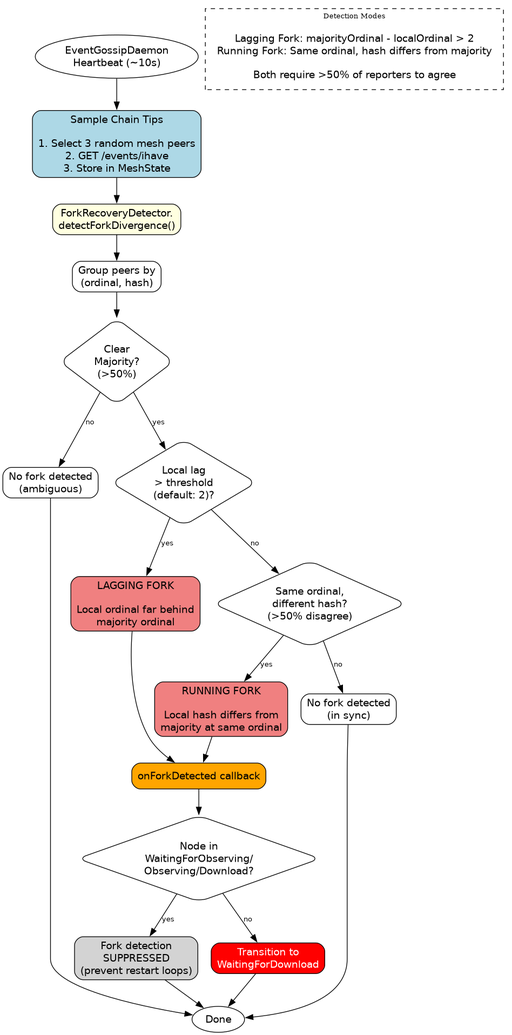
This is docs/consensus/diagrams/fork-detection.png from Constellation-Labs/tessellation, a Graphviz export, as it was before one commit. Its source is kept beside it as docs/consensus/diagrams/fork-detection.dot. The source it was exported from:
```dot

digraph ForkDetection {
    rankdir=TB;
    node [shape=box, style=rounded, fontname="Helvetica"];
    edge [fontname="Helvetica", fontsize=10];

    Heartbeat [shape=ellipse, label="EventGossipDaemon\nHeartbeat (~10s)"];

    Sample [label="Sample Chain Tips\n\n1. Select 3 random mesh peers\n2. GET /events/ihave\n3. Store in MeshState", style="rounded,filled", fillcolor="lightblue"];

    Heartbeat -> Sample;

    Detect [label="ForkRecoveryDetector.\ndetectForkDivergence()", style="rounded,filled", fillcolor="lightyellow"];

    Sample -> Detect;

    Group [label="Group peers by\n(ordinal, hash)"];

    Detect -> Group;

    MajorityCheck [shape=diamond, label="Clear\nMajority?\n(>50%)"];

    Group -> MajorityCheck;
    MajorityCheck -> NoFork [label="no"];
    NoFork [label="No fork detected\n(ambiguous)"];
    NoFork -> Done;

    MajorityCheck -> CheckLag [label="yes"];

    CheckLag [shape=diamond, label="Local lag\n> threshold\n(default: 2)?"];

    CheckLag -> LaggingFork [label="yes"];
    LaggingFork [label="LAGGING FORK\n\nLocal ordinal far behind\nmajority ordinal", style="rounded,filled", fillcolor="lightcoral"];
    LaggingFork -> TriggerRecovery;

    CheckLag -> CheckHash [label="no"];

    CheckHash [shape=diamond, label="Same ordinal,\ndifferent hash?\n(>50% disagree)"];

    CheckHash -> RunningFork [label="yes"];
    RunningFork [label="RUNNING FORK\n\nLocal hash differs from\nmajority at same ordinal", style="rounded,filled", fillcolor="lightcoral"];
    RunningFork -> TriggerRecovery;

    CheckHash -> NoFork2 [label="no"];
    NoFork2 [label="No fork detected\n(in sync)"];
    NoFork2 -> Done;

    TriggerRecovery [label="onForkDetected callback", style="rounded,filled", fillcolor="orange"];

    StateGuard [shape=diamond, label="Node in\nObserving/WaitingForObserving/\nDownloadInProgress/WaitingForDownload?"];

    TriggerRecovery -> StateGuard;
    StateGuard -> Suppressed [label="yes"];
    Suppressed [label="Fork detection\nSUPPRESSED\n(prevent restart loops)", style="rounded,filled", fillcolor="lightgray"];
    Suppressed -> Done;

    StateGuard -> WaitForDownload [label="no"];
    WaitForDownload [label="Transition to\nWaitingForDownload", style="rounded,filled", fillcolor="red", fontcolor="white"];
    WaitForDownload -> Done;

    Done [shape=ellipse, label="Done"];

    subgraph cluster_modes {
        label="Detection Modes";
        style=dashed;
        fontsize=10;

        ModesNote [shape=plaintext, label="Lagging Fork: majorityOrdinal - localOrdinal > 2\nRunning Fork: Same ordinal, hash differs from majority\n\nBoth require >50% of reporters to agree"];
    }
}
```
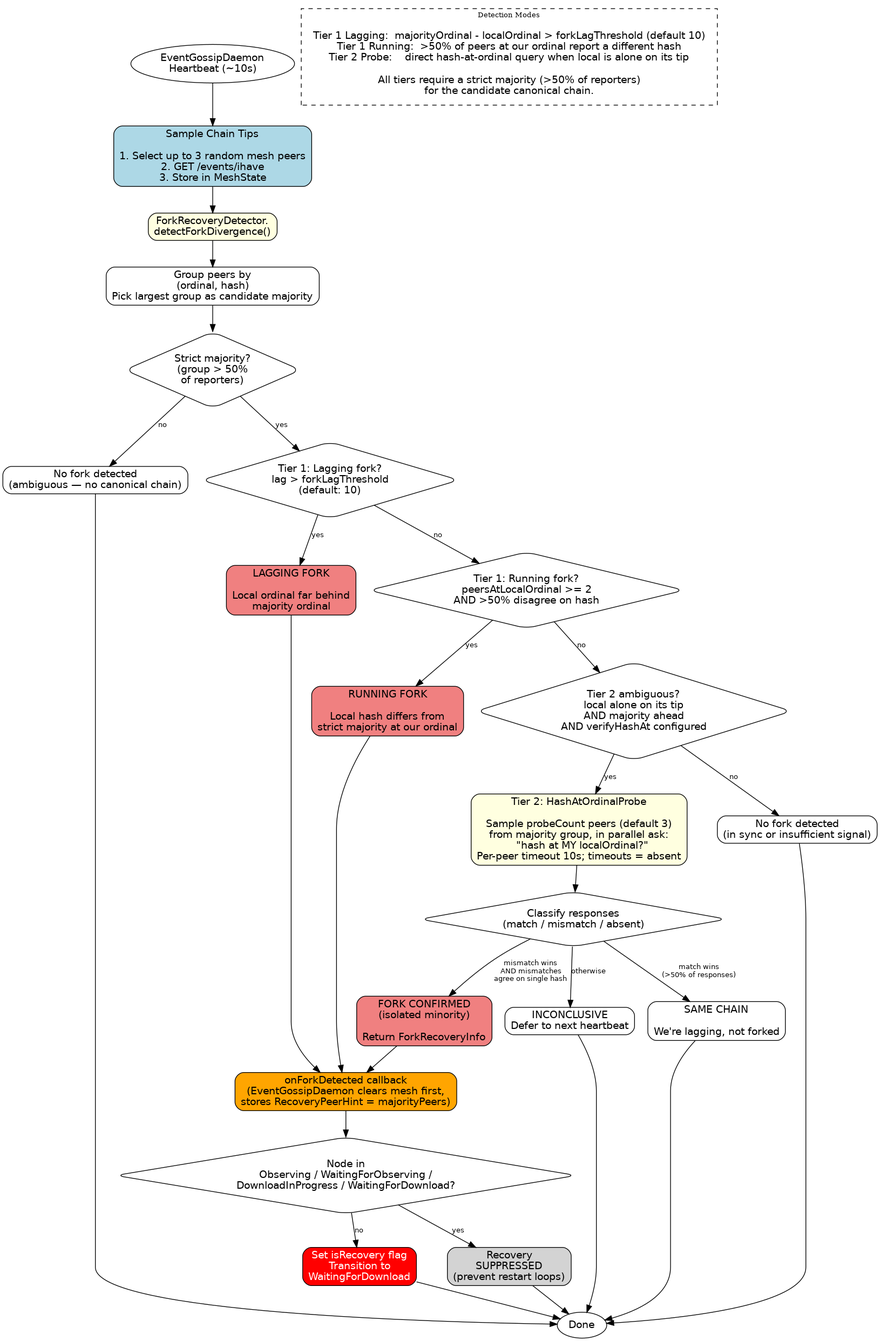
After the change.

What changed in the source:
```diff
@@ -6,7 +6,7 @@
 
     Heartbeat [shape=ellipse, label="EventGossipDaemon\nHeartbeat (~10s)"];
 
-    Sample [label="Sample Chain Tips\n\n1. Select 3 random mesh peers\n2. GET /events/ihave\n3. Store in MeshState", style="rounded,filled", fillcolor="lightblue"];
+    Sample [label="Sample Chain Tips\n\n1. Select up to 3 random mesh peers\n2. GET /events/ihave\n3. Store in MeshState", style="rounded,filled", fillcolor="lightblue"];
 
     Heartbeat -> Sample;
 
@@ -14,20 +14,20 @@
 
     Sample -> Detect;
 
-    Group [label="Group peers by\n(ordinal, hash)"];
+    Group [label="Group peers by\n(ordinal, hash)\nPick largest group as candidate majority"];
 
     Detect -> Group;
 
-    MajorityCheck [shape=diamond, label="Clear\nMajority?\n(>50%)"];
+    MajorityCheck [shape=diamond, label="Strict majority?\n(group > 50%\nof reporters)"];
 
     Group -> MajorityCheck;
     MajorityCheck -> NoFork [label="no"];
-    NoFork [label="No fork detected\n(ambiguous)"];
+    NoFork [label="No fork detected\n(ambiguous — no canonical chain)"];
     NoFork -> Done;
 
     MajorityCheck -> CheckLag [label="yes"];
 
-    CheckLag [shape=diamond, label="Local lag\n> threshold\n(default: 2)?"];
+    CheckLag [shape=diamond, label="Tier 1: Lagging fork?\nlag > forkLagThreshold\n(default: 10)"];
 
     CheckLag -> LaggingFork [label="yes"];
     LaggingFork [label="LAGGING FORK\n\nLocal ordinal far behind\nmajority ordinal", style="rounded,filled", fillcolor="lightcoral"];
@@ -35,27 +35,51 @@
 
     CheckLag -> CheckHash [label="no"];
 
-    CheckHash [shape=diamond, label="Same ordinal,\ndifferent hash?\n(>50% disagree)"];
+    CheckHash [shape=diamond, label="Tier 1: Running fork?\npeersAtLocalOrdinal >= 2\nAND >50% disagree on hash"];
 
     CheckHash -> RunningFork [label="yes"];
-    RunningFork [label="RUNNING FORK\n\nLocal hash differs from\nmajority at same ordinal", style="rounded,filled", fillcolor="lightcoral"];
+    RunningFork [label="RUNNING FORK\n\nLocal hash differs from\nstrict majority at our ordinal", style="rounded,filled", fillcolor="lightcoral"];
     RunningFork -> TriggerRecovery;
 
-    CheckHash -> NoFork2 [label="no"];
-    NoFork2 [label="No fork detected\n(in sync)"];
+    CheckHash -> CheckAmbiguous [label="no"];
+
+    CheckAmbiguous [shape=diamond, label="Tier 2 ambiguous?\nlocal alone on its tip\nAND majority ahead\nAND verifyHashAt configured"];
+
+    CheckAmbiguous -> NoFork2 [label="no"];
+    NoFork2 [label="No fork detected\n(in sync or insufficient signal)"];
     NoFork2 -> Done;
 
-    TriggerRecovery [label="onForkDetected callback", style="rounded,filled", fillcolor="orange"];
+    CheckAmbiguous -> Probe [label="yes"];
 
-    StateGuard [shape=diamond, label="Node in\nObserving/WaitingForObserving/\nDownloadInProgress/WaitingForDownload?"];
+    Probe [label="Tier 2: HashAtOrdinalProbe\n\nSample probeCount peers (default 3)\nfrom majority group, in parallel ask:\n  \"hash at MY localOrdinal?\"\nPer-peer timeout 10s; timeouts = absent", style="rounded,filled", fillcolor="lightyellow"];
+
+    Probe -> ProbeClassify;
+
+    ProbeClassify [shape=diamond, label="Classify responses\n(match / mismatch / absent)"];
+
+    ProbeClassify -> ProbeMatch [label="match wins\n(>50% of responses)"];
+    ProbeMatch [label="SAME CHAIN\n\nWe're lagging, not forked"];
+    ProbeMatch -> Done;
+
+    ProbeClassify -> ProbeMismatch [label="mismatch wins\nAND mismatches\nagree on single hash"];
+    ProbeMismatch [label="FORK CONFIRMED\n(isolated minority)\n\nReturn ForkRecoveryInfo", style="rounded,filled", fillcolor="lightcoral"];
+    ProbeMismatch -> TriggerRecovery;
+
+    ProbeClassify -> ProbeIncon [label="otherwise"];
+    ProbeIncon [label="INCONCLUSIVE\nDefer to next heartbeat"];
+    ProbeIncon -> Done;
+
+    TriggerRecovery [label="onForkDetected callback\n(EventGossipDaemon clears mesh first,\nstores RecoveryPeerHint = majorityPeers)", style="rounded,filled", fillcolor="orange"];
+
+    StateGuard [shape=diamond, label="Node in\nObserving / WaitingForObserving /\nDownloadInProgress / WaitingForDownload?"];
 
     TriggerRecovery -> StateGuard;
     StateGuard -> Suppressed [label="yes"];
-    Suppressed [label="Fork detection\nSUPPRESSED\n(prevent restart loops)", style="rounded,filled", fillcolor="lightgray"];
+    Suppressed [label="Recovery\nSUPPRESSED\n(prevent restart loops)", style="rounded,filled", fillcolor="lightgray"];
     Suppressed -> Done;
 
     StateGuard -> WaitForDownload [label="no"];
-    WaitForDownload [label="Transition to\nWaitingForDownload", style="rounded,filled", fillcolor="red", fontcolor="white"];
+    WaitForDownload [label="Set isRecovery flag\nTransition to\nWaitingForDownload", style="rounded,filled", fillcolor="red", fontcolor="white"];
     WaitForDownload -> Done;
 
     Done [shape=ellipse, label="Done"];
@@ -65,6 +89,6 @@
         style=dashed;
         fontsize=10;
 
-        ModesNote [shape=plaintext, label="Lagging Fork: majorityOrdinal - localOrdinal > 2\nRunning Fork: Same ordinal, hash differs from majority\n\nBoth require >50% of reporters to agree"];
+        ModesNote [shape=plaintext, label="Tier 1 Lagging:  majorityOrdinal - localOrdinal > forkLagThreshold (default 10)\nTier 1 Running:  >50% of peers at our ordinal report a different hash\nTier 2 Probe:    direct hash-at-ordinal query when local is alone on its tip\n\nAll tiers require a strict majority (>50% of reporters)\nfor the candidate canonical chain."];
     }
 }
```
